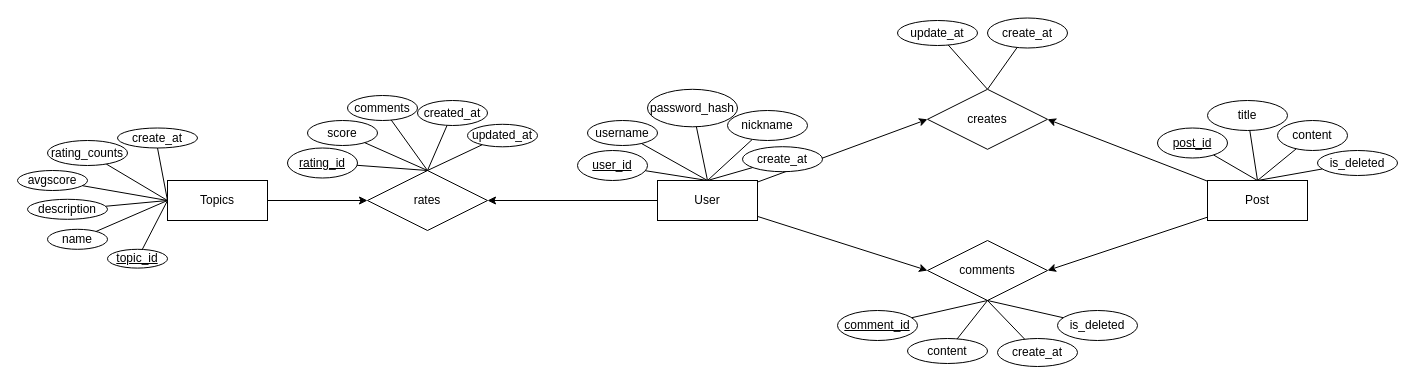
The draw.io diagram 5003_final_project.drawio in Nie-Tianyi/score_talk, before the edit. Source tidied: cells renumbered, new cells numbered last; positions are measured from the earlier drawing's top-left corner, leaving out a move shared by most shapes. Both pictures are drawn from the tidied source at 100%, with x=0, y=0 at pixel (17, 18).
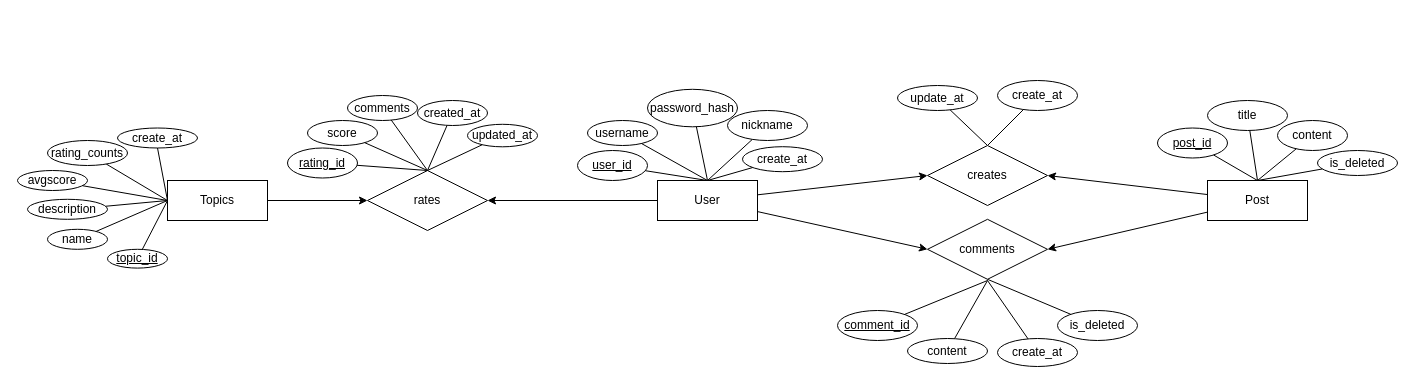
After the change.

Unchanged cells that the change refers to:
```xml
<mxCell id="59" value="comment_id" style="ellipse;whiteSpace=wrap;html=1;align=center;fontStyle=4;" parent="1" vertex="1">
  <mxGeometry x="820" y="292" width="80" height="30" as="geometry" />
</mxCell>
<mxCell id="61" value="content" style="ellipse;whiteSpace=wrap;html=1;align=center;" parent="1" vertex="1">
  <mxGeometry x="890" y="320" width="80" height="25" as="geometry" />
</mxCell>
<mxCell id="63" value="create_at" style="ellipse;whiteSpace=wrap;html=1;align=center;" parent="1" vertex="1">
  <mxGeometry x="980" y="320" width="80" height="28" as="geometry" />
</mxCell>
<mxCell id="65" value="is_deleted" style="ellipse;whiteSpace=wrap;html=1;align=center;" parent="1" vertex="1">
  <mxGeometry x="1040" y="292" width="80" height="30" as="geometry" />
</mxCell>
```

The edit, as a diff of the source:
```diff
@@
     <mxCell id="26" value="create_at" style="ellipse;whiteSpace=wrap;html=1;align=center;" parent="1" vertex="1">
-      <mxGeometry x="970" y="-0.5" width="80" height="30" as="geometry" />
+      <mxGeometry x="980" y="62" width="80" height="30" as="geometry" />
     </mxCell>
@@
     <mxCell id="28" value="update_at" style="ellipse;whiteSpace=wrap;html=1;align=center;" parent="1" vertex="1">
-      <mxGeometry x="880" y="2" width="80" height="25" as="geometry" />
+      <mxGeometry x="880" y="67" width="80" height="25" as="geometry" />
     </mxCell>
@@
     <mxCell id="31" value="creates" style="shape=rhombus;perimeter=rhombusPerimeter;whiteSpace=wrap;html=1;align=center;" parent="1" vertex="1">
-      <mxGeometry x="910" y="70.8" width="120" height="60" as="geometry" />
+      <mxGeometry x="910" y="127" width="120" height="60" as="geometry" />
     </mxCell>
@@
     <mxCell id="57" value="comments" style="shape=rhombus;perimeter=rhombusPerimeter;whiteSpace=wrap;html=1;align=center;" parent="1" vertex="1">
-      <mxGeometry x="910" y="222" width="120" height="60" as="geometry" />
+      <mxGeometry x="910" y="200.8" width="120" height="60" as="geometry" />
     </mxCell>
-    <mxCell id="58" style="rounded=0;jettySize=auto;html=1;entryX=0.5;entryY=1;entryDx=0;entryDy=0;endArrow=none;endFill=0;" parent="1" edge="1" source="59">
+    <mxCell id="58" style="rounded=0;jettySize=auto;html=1;endArrow=none;endFill=0;" parent="1" edge="1" source="59">
       <mxGeometry relative="1" as="geometry">
-        <mxPoint x="970" y="282" as="targetPoint" />
+        <mxPoint x="970" y="262" as="targetPoint" />
       </mxGeometry>
     </mxCell>
@@
     <mxCell id="60" style="rounded=0;jettySize=auto;html=1;endArrow=none;endFill=0;" parent="1" edge="1" source="61">
       <mxGeometry relative="1" as="geometry">
-        <mxPoint x="970" y="282" as="targetPoint" />
+        <mxPoint x="970" y="262" as="targetPoint" />
       </mxGeometry>
     </mxCell>
@@
     <mxCell id="62" style="rounded=0;jettySize=auto;html=1;endArrow=none;endFill=0;" parent="1" edge="1" source="63">
       <mxGeometry relative="1" as="geometry">
-        <mxPoint x="970" y="282" as="targetPoint" />
+        <mxPoint x="970" y="262" as="targetPoint" />
       </mxGeometry>
     </mxCell>
@@
-    <mxCell id="64" style="rounded=0;jettySize=auto;html=1;endArrow=none;endFill=0;" parent="1" edge="1" source="65">
-      <mxGeometry relative="1" as="geometry">
-        <mxPoint x="970" y="282" as="targetPoint" />
-      </mxGeometry>
+    <mxCell id="64" style="rounded=0;jettySize=auto;html=1;endArrow=none;endFill=0;entryX=0.5;entryY=1;entryDx=0;entryDy=0;" parent="1" edge="1" source="65" target="57">
+      <mxGeometry relative="1" as="geometry" />
     </mxCell>
```
